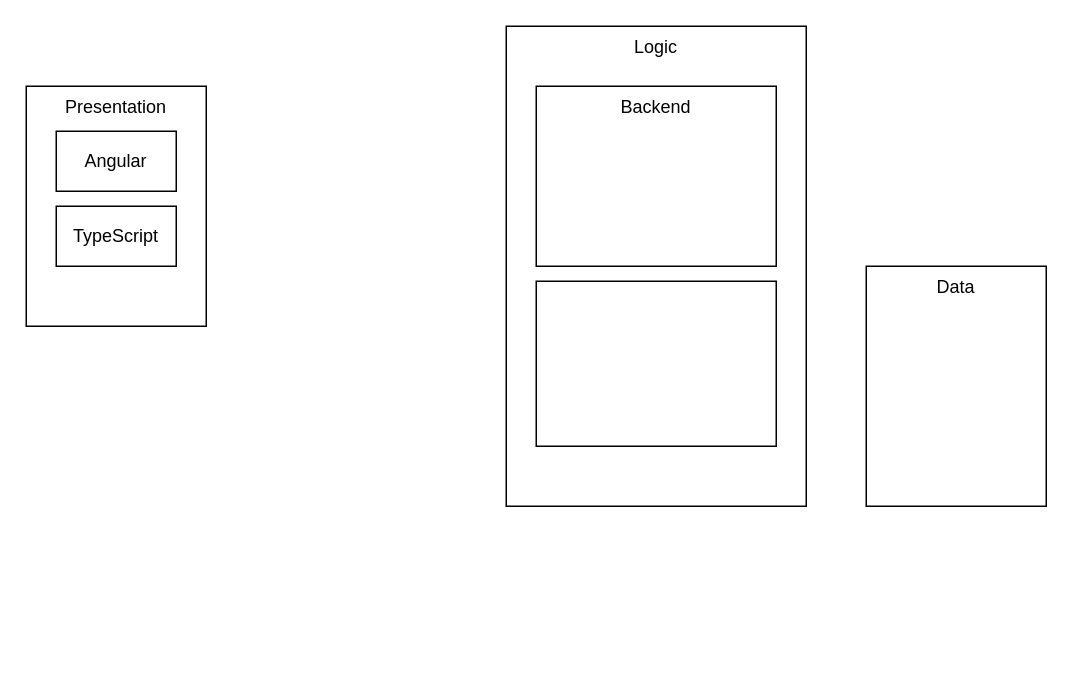
Above: small_data_webapp.drawio in huggingpixels/fieldnotes (draw.io), before the change. Source tidied: cells renumbered, new cells numbered last; positions are measured from the earlier drawing's top-left corner, leaving out a move shared by most shapes. Both pictures are drawn from the tidied source at 150%, with x=0, y=0 at pixel (26, 26).
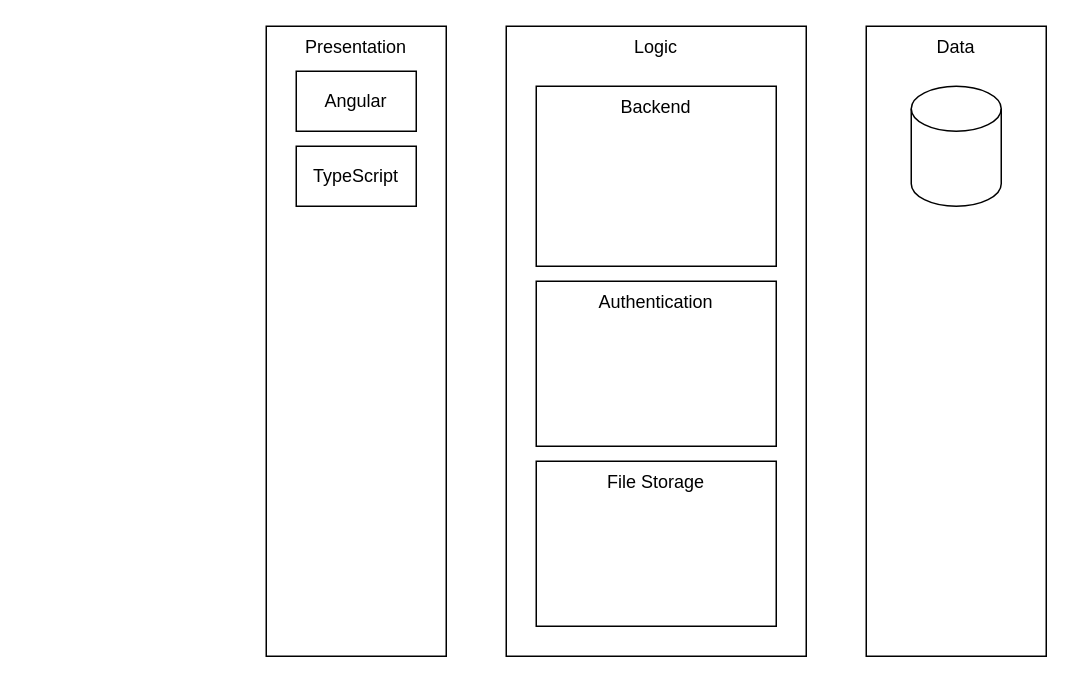
Above is the later version.

What changed in the source:
```diff
@@
 <mxGraphModel>
   <root>
     <mxCell id="0" />
     <mxCell id="1" parent="0" />
+    <mxCell id="5" value="Data" style="rounded=0;whiteSpace=wrap;html=1;verticalAlign=top;" parent="1" vertex="1">
+      <mxGeometry x="560" width="120" height="420" as="geometry" />
+    </mxCell>
     <mxCell id="2" style="shape=cylinder3;whiteSpace=wrap;html=1;boundedLbl=1;backgroundOutline=1;size=15;align=center;" parent="1" vertex="1">
-      <mxGeometry x="590" y="190" width="60" height="80" as="geometry" />
+      <mxGeometry x="590" y="40" width="60" height="80" as="geometry" />
     </mxCell>
     <mxCell id="3" value="Logic" style="rounded=0;whiteSpace=wrap;html=1;verticalAlign=top;" parent="1" vertex="1">
-      <mxGeometry x="320" width="200" height="320" as="geometry" />
+      <mxGeometry x="320" width="200" height="420" as="geometry" />
     </mxCell>
     <mxCell id="4" value="Presentation" style="rounded=0;whiteSpace=wrap;html=1;verticalAlign=top;" parent="1" vertex="1">
-      <mxGeometry y="40" width="120" height="160" as="geometry" />
+      <mxGeometry x="160" width="120" height="420" as="geometry" />
     </mxCell>
-    <mxCell id="5" value="Data" style="rounded=0;whiteSpace=wrap;html=1;verticalAlign=top;" parent="1" vertex="1">
-      <mxGeometry x="560" y="160" width="120" height="160" as="geometry" />
-    </mxCell>
     <mxCell id="6" value="Angular" style="rounded=0;whiteSpace=wrap;html=1;" parent="1" vertex="1">
-      <mxGeometry x="20" y="70" width="80" height="40" as="geometry" />
+      <mxGeometry x="180" y="30" width="80" height="40" as="geometry" />
     </mxCell>
     <mxCell id="7" value="Backend" style="rounded=0;whiteSpace=wrap;html=1;verticalAlign=top;" parent="1" vertex="1">
       <mxGeometry x="340" y="40" width="160" height="120" as="geometry" />
     </mxCell>
     <mxCell id="8" value="TypeScript" style="rounded=0;whiteSpace=wrap;html=1;" parent="1" vertex="1">
-      <mxGeometry x="20" y="120" width="80" height="40" as="geometry" />
+      <mxGeometry x="180" y="80" width="80" height="40" as="geometry" />
     </mxCell>
-    <mxCell id="9" style="rounded=0;whiteSpace=wrap;html=1;" parent="1" vertex="1">
+    <mxCell id="9" value="Authentication" style="rounded=0;whiteSpace=wrap;html=1;verticalAlign=top;" parent="1" vertex="1">
       <mxGeometry x="340" y="170" width="160" height="110" as="geometry" />
     </mxCell>
+    <mxCell id="10" value="File Storage" style="rounded=0;whiteSpace=wrap;html=1;verticalAlign=top;" parent="1" vertex="1">
+      <mxGeometry x="340" y="290" width="160" height="110" as="geometry" />
+    </mxCell>
   </root>
 </mxGraphModel>
```
